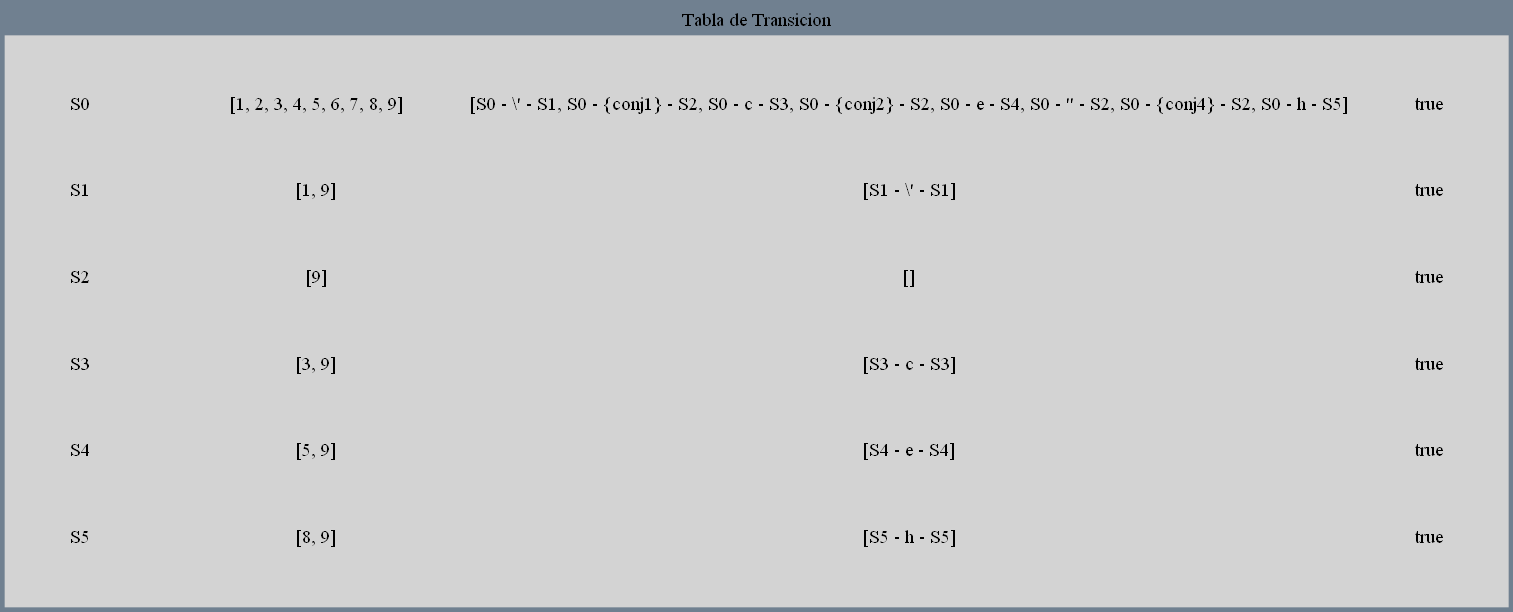
parguet/OLC1_Proyecto1_202010751 keeps this Graphviz diagram as Proyecto1/reportes/transiciones_202010751/Tabla1.png. Above is the earlier version. Its source is kept beside it as Proyecto1/reportes/transiciones_202010751/Tabla1.dot. Its diagram source:
```dot
digraph G {
bgcolor="slategrey" label="Tabla de Transicion" layout=dot
labelloc = "t" edge [weigth=1000  color=darkgreen  arrowtail="open" arrowhead="open"]
node[shape=box, style="filled", color=lightgrey];
a0 [label=<
<TABLE border="10" cellspacing="10" cellpadding="10" style="rounded"><TR><TD>S0</TD>
  <TD> </TD>
  <TD>[1, 2, 3, 4, 5, 6, 7, 8, 9]</TD>
  <TD>[S0 - \' - S1, S0 - {conj1} - S2, S0 - c - S3, S0 - {conj2} - S2, S0 - e - S4, S0 - '' - S2, S0 - {conj4} - S2, S0 - h - S5]</TD>
  <TD>true</TD>
  </TR><TR><TD>S1</TD>
  <TD> </TD>
  <TD>[1, 9]</TD>
  <TD>[S1 - \' - S1]</TD>
  <TD>true</TD>
  </TR><TR><TD>S2</TD>
  <TD> </TD>
  <TD>[9]</TD>
  <TD>[]</TD>
  <TD>true</TD>
  </TR><TR><TD>S3</TD>
  <TD> </TD>
  <TD>[3, 9]</TD>
  <TD>[S3 - c - S3]</TD>
  <TD>true</TD>
  </TR><TR><TD>S4</TD>
  <TD> </TD>
  <TD>[5, 9]</TD>
  <TD>[S4 - e - S4]</TD>
  <TD>true</TD>
  </TR><TR><TD>S5</TD>
  <TD> </TD>
  <TD>[8, 9]</TD>
  <TD>[S5 - h - S5]</TD>
  <TD>true</TD>
  </TR></TABLE>>];}
```
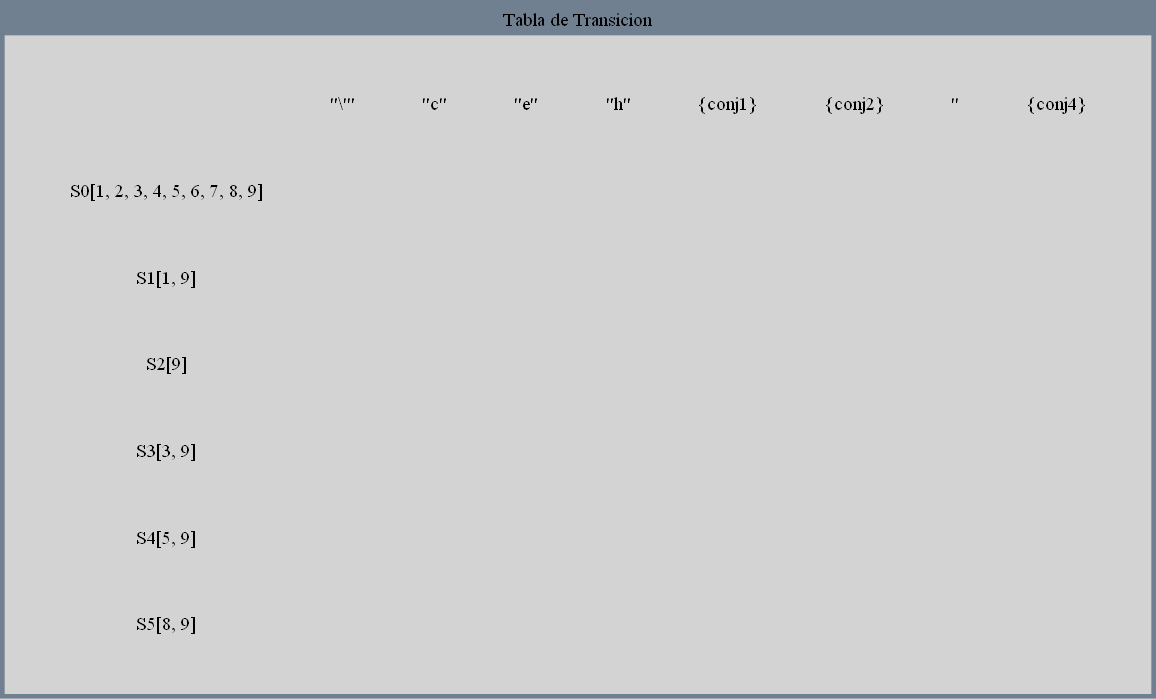
The same diagram one commit later.

Diff of the diagram source:
```diff
@@ -3,34 +3,74 @@
 labelloc = "t" edge [weigth=1000  color=darkgreen  arrowtail="open" arrowhead="open"]
 node[shape=box, style="filled", color=lightgrey];
 a0 [label=<
-<TABLE border="10" cellspacing="10" cellpadding="10" style="rounded"><TR><TD>S0</TD>
+<TABLE border="10" cellspacing="10" cellpadding="10" style="rounded"><TR><TD> </TD>
+<TD>"\'"</TD>
+<TD>"c"</TD>
+<TD>"e"</TD>
+<TD>"h"</TD>
+<TD>{conj1}</TD>
+<TD>{conj2}</TD>
+<TD>''</TD>
+<TD>{conj4}</TD>
+  </TR>
+<TR><TD>S0[1, 2, 3, 4, 5, 6, 7, 8, 9]</TD>
   <TD> </TD>
-  <TD>[1, 2, 3, 4, 5, 6, 7, 8, 9]</TD>
-  <TD>[S0 - \' - S1, S0 - {conj1} - S2, S0 - c - S3, S0 - {conj2} - S2, S0 - e - S4, S0 - '' - S2, S0 - {conj4} - S2, S0 - h - S5]</TD>
-  <TD>true</TD>
-  </TR><TR><TD>S1</TD>
   <TD> </TD>
-  <TD>[1, 9]</TD>
-  <TD>[S1 - \' - S1]</TD>
-  <TD>true</TD>
-  </TR><TR><TD>S2</TD>
   <TD> </TD>
-  <TD>[9]</TD>
-  <TD>[]</TD>
-  <TD>true</TD>
-  </TR><TR><TD>S3</TD>
   <TD> </TD>
-  <TD>[3, 9]</TD>
-  <TD>[S3 - c - S3]</TD>
-  <TD>true</TD>
-  </TR><TR><TD>S4</TD>
   <TD> </TD>
-  <TD>[5, 9]</TD>
-  <TD>[S4 - e - S4]</TD>
-  <TD>true</TD>
-  </TR><TR><TD>S5</TD>
   <TD> </TD>
-  <TD>[8, 9]</TD>
-  <TD>[S5 - h - S5]</TD>
-  <TD>true</TD>
-  </TR></TABLE>>];}
+  <TD> </TD>
+  <TD> </TD>
+</TR>
+<TR><TD>S1[1, 9]</TD>
+  <TD> </TD>
+  <TD> </TD>
+  <TD> </TD>
+  <TD> </TD>
+  <TD> </TD>
+  <TD> </TD>
+  <TD> </TD>
+  <TD> </TD>
+</TR>
+<TR><TD>S2[9]</TD>
+  <TD> </TD>
+  <TD> </TD>
+  <TD> </TD>
+  <TD> </TD>
+  <TD> </TD>
+  <TD> </TD>
+  <TD> </TD>
+  <TD> </TD>
+</TR>
+<TR><TD>S3[3, 9]</TD>
+  <TD> </TD>
+  <TD> </TD>
+  <TD> </TD>
+  <TD> </TD>
+  <TD> </TD>
+  <TD> </TD>
+  <TD> </TD>
+  <TD> </TD>
+</TR>
+<TR><TD>S4[5, 9]</TD>
+  <TD> </TD>
+  <TD> </TD>
+  <TD> </TD>
+  <TD> </TD>
+  <TD> </TD>
+  <TD> </TD>
+  <TD> </TD>
+  <TD> </TD>
+</TR>
+<TR><TD>S5[8, 9]</TD>
+  <TD> </TD>
+  <TD> </TD>
+  <TD> </TD>
+  <TD> </TD>
+  <TD> </TD>
+  <TD> </TD>
+  <TD> </TD>
+  <TD> </TD>
+</TR>
+</TABLE>>];}
```
